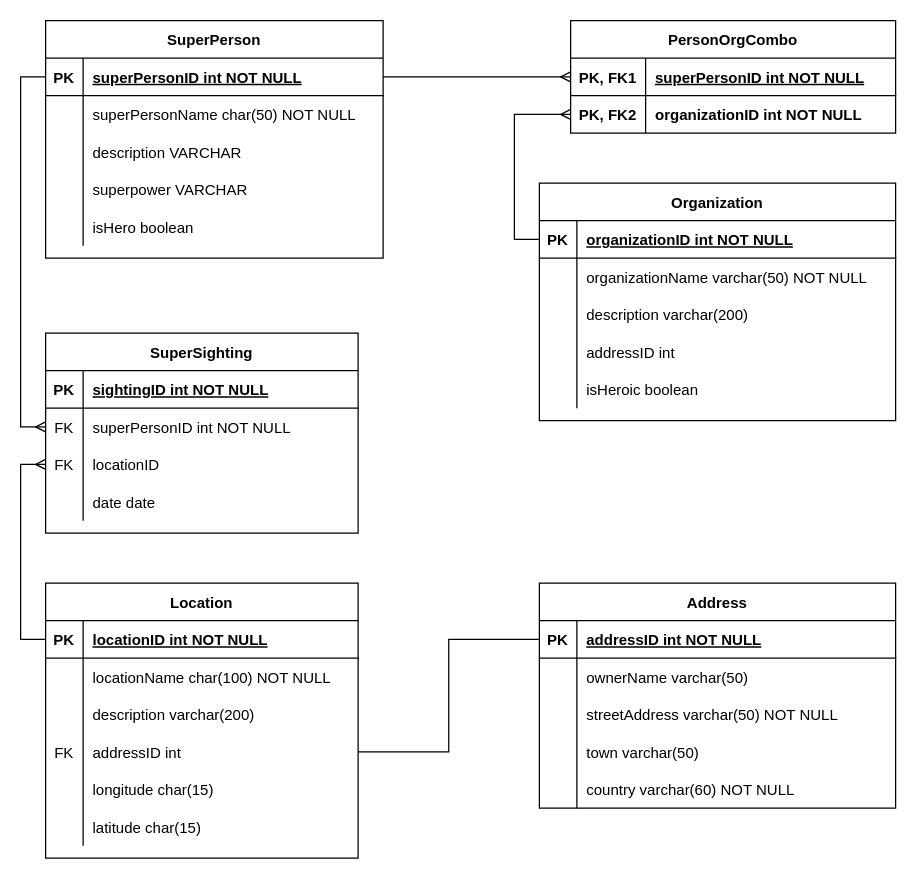
This is SQL stuff/In-class ERDs/Engage Superhero DB ERD.drawio from The-Software-Guild/git---github-B-Rust, a draw.io file, before an edit. Source tidied: cells renumbered, new cells numbered last; positions are measured from the earlier drawing's top-left corner, leaving out a move shared by most shapes. Both pictures are drawn from the tidied source at 125%, with x=0, y=0 at pixel (20, 20).
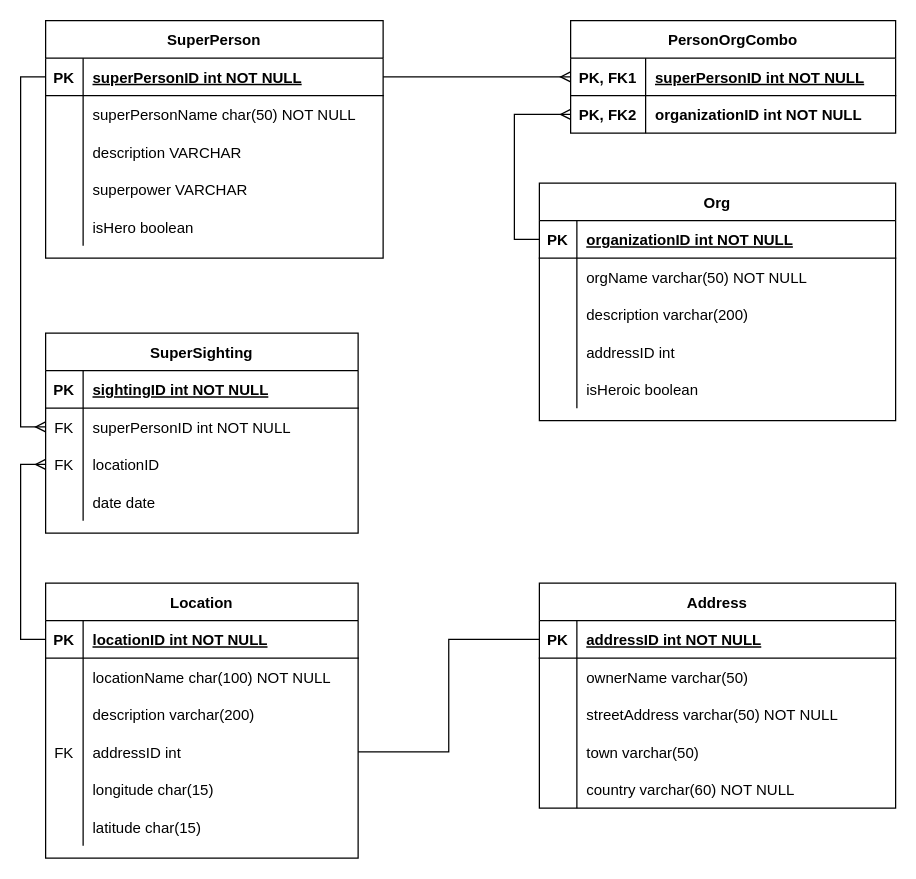
The same page after the edit.

Unchanged cells that the change refers to:
```xml
<mxCell id="35" style="shape=partialRectangle;fillColor=none;top=0;left=0;right=0;bottom=0;" parent="31" vertex="1">
  <mxGeometry y="60" width="285" height="30" as="geometry" />
</mxCell>
```

Diff of the diagram source:
```diff
@@
-    <mxCell id="31" value="Organization" style="shape=table;startSize=30;childLayout=tableLayout;rowLines=0;fontStyle=1;align=center;" parent="1" vertex="1">
+    <mxCell id="31" value="Org" style="shape=table;startSize=30;childLayout=tableLayout;rowLines=0;fontStyle=1;align=center;" parent="1" vertex="1">
       <mxGeometry x="415" y="130" width="285" height="190" as="geometry" />
     </mxCell>
@@
-    <mxCell id="37" value="organizationName varchar(50) NOT NULL" style="shape=partialRectangle;overflow=hidden;fillColor=none;top=0;left=0;bottom=0;right=0;align=left;spacingLeft=6;" parent="35" vertex="1">
+    <mxCell id="37" value="orgName varchar(50) NOT NULL" style="shape=partialRectangle;overflow=hidden;fillColor=none;top=0;left=0;bottom=0;right=0;align=left;spacingLeft=6;" parent="35" vertex="1">
       <mxGeometry x="30" width="255" height="30" as="geometry" />
     </mxCell>
```
